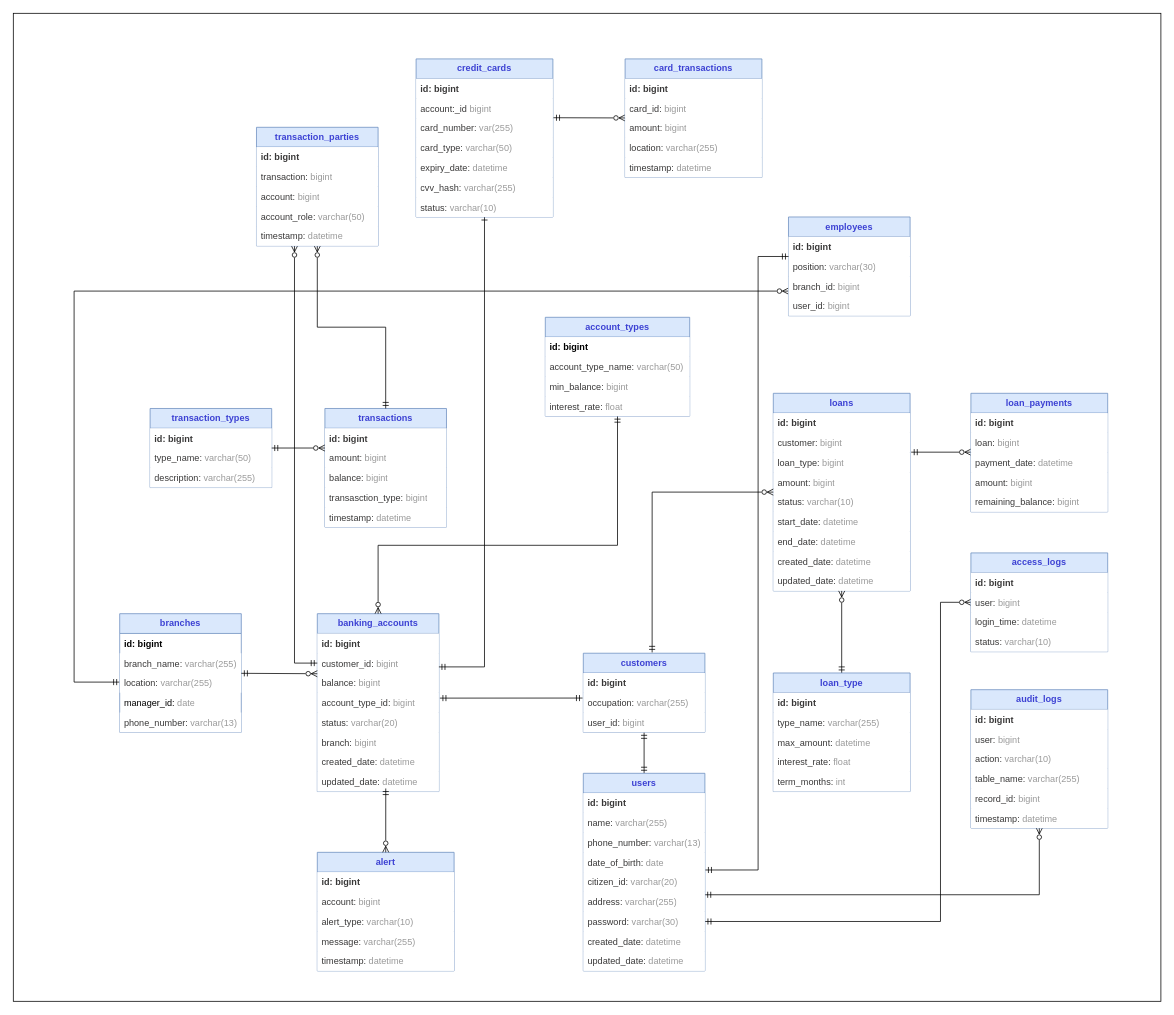
Above: banking/database/Banking Diagram.drawio in dhuy00/diagram (draw.io), before the change. Source tidied: cells renumbered, new cells numbered last; positions are measured from the earlier drawing's top-left corner, leaving out a move shared by most shapes. Both pictures are drawn from the tidied source at 76%, with x=0, y=0 at pixel (13, 13).
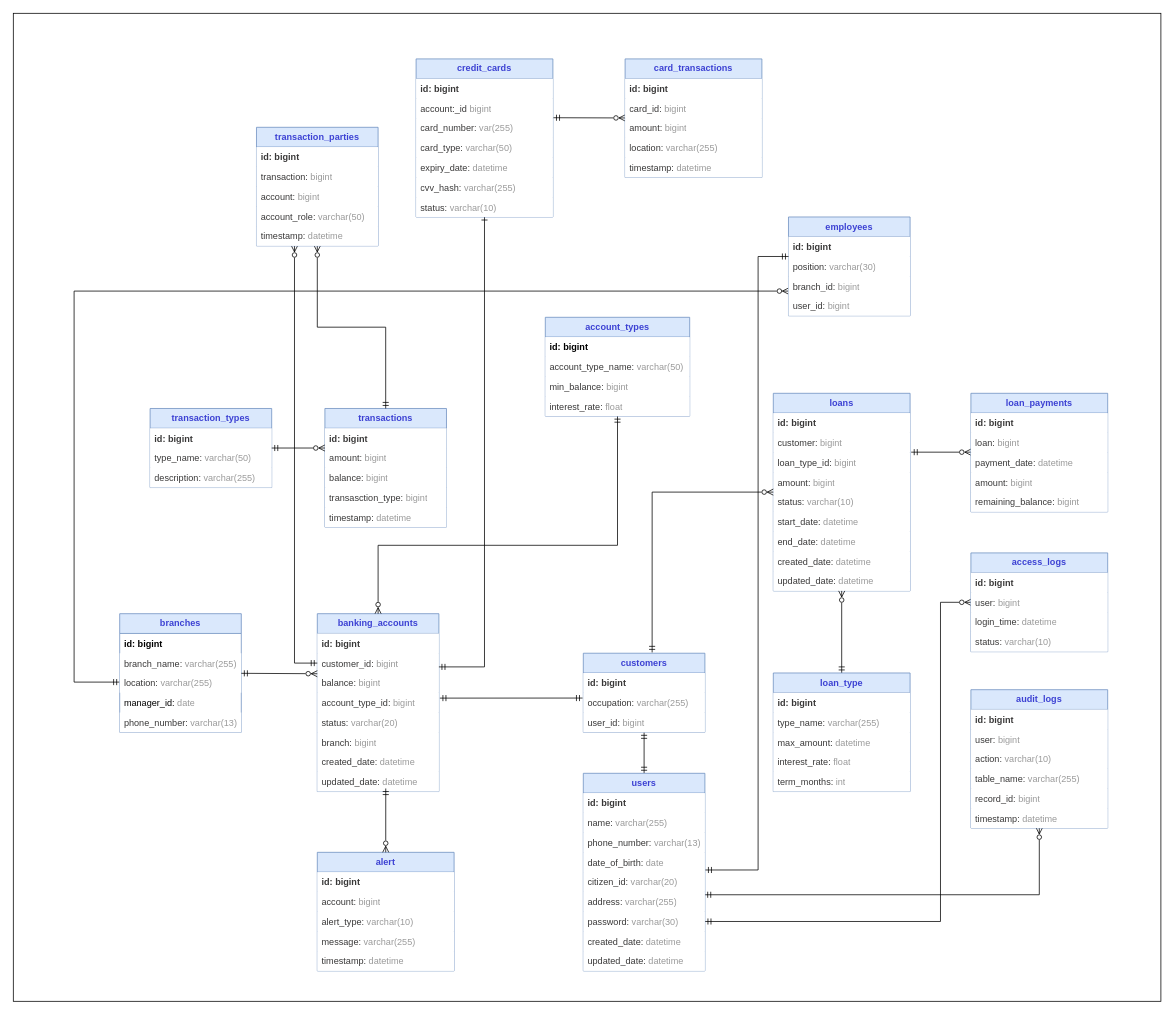
The same diagram, later.

Unchanged cells that the change refers to:
```xml
<mxCell id="41" value="loans" style="swimlane;fontStyle=1;horizontal=1;startSize=26;fillColor=#dae8fc;whiteSpace=wrap;html=1;strokeColor=#6c8ebf;fontColor=light-dark(#3c41d3, #ededed);" parent="1" vertex="1">
  <mxGeometry x="1000" y="500" width="180" height="260" as="geometry" />
</mxCell>
```

What changed in the source:
```diff
@@
-    <mxCell id="44" value="loan_type:&amp;nbsp;&lt;span style=&quot;color: rgb(153, 153, 153);&quot;&gt;bigint&lt;/span&gt;" style="text;strokeColor=none;fillColor=default;align=left;verticalAlign=top;spacingLeft=4;spacingRight=4;overflow=hidden;points=[[0,0.5],[1,0.5]];portConstraint=eastwest;whiteSpace=wrap;html=1;fontColor=#393838;" parent="41" vertex="1">
+    <mxCell id="44" value="loan_type_id:&amp;nbsp;&lt;span style=&quot;color: rgb(153, 153, 153);&quot;&gt;bigint&lt;/span&gt;" style="text;strokeColor=none;fillColor=default;align=left;verticalAlign=top;spacingLeft=4;spacingRight=4;overflow=hidden;points=[[0,0.5],[1,0.5]];portConstraint=eastwest;whiteSpace=wrap;html=1;fontColor=#393838;" parent="41" vertex="1">
       <mxGeometry y="78" width="180" height="26" as="geometry" />
     </mxCell>
```
